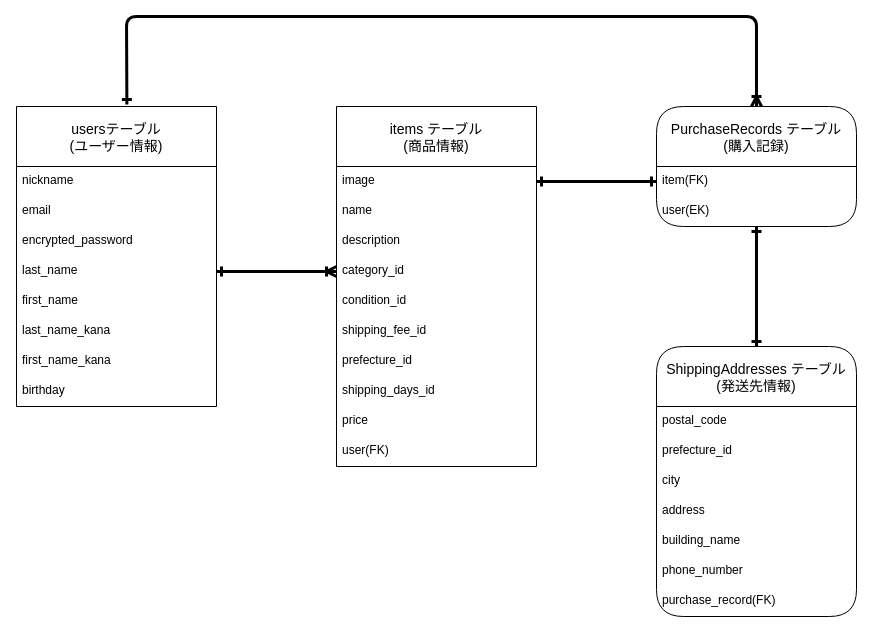
Before: test.dio in ayakotouma/furima-41975, a draw.io diagram. Source tidied: cells renumbered, new cells numbered last; positions are measured from the earlier drawing's top-left corner, leaving out a move shared by most shapes. Both pictures are drawn from the tidied source at 100%, with x=0, y=0 at pixel (16, 16).
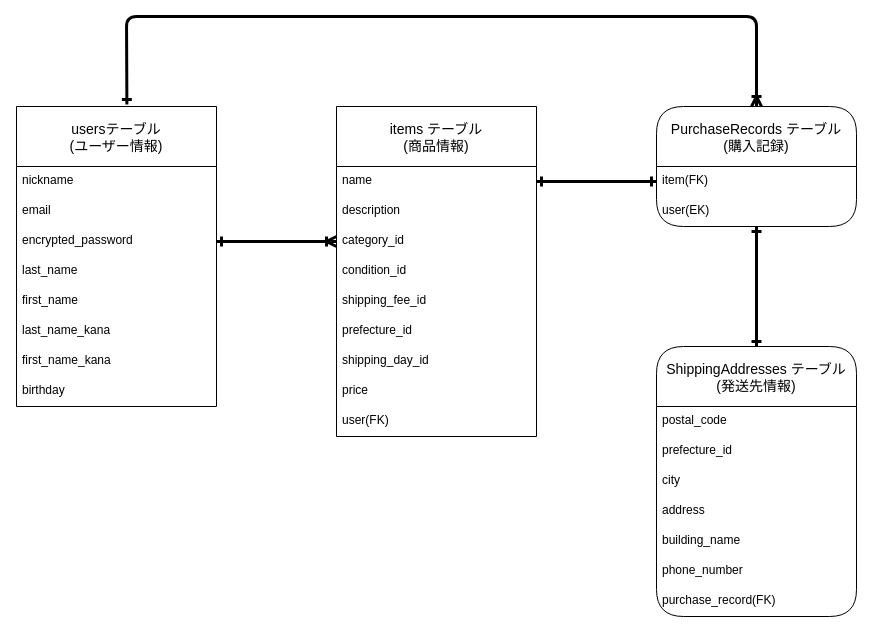
After the change.

Commit message (it also covers changes not shown here):
設計情報の修正

The change refers to these unchanged cells:
```xml
<mxCell id="5" value="encrypted_password&#10;" style="text;strokeColor=none;fillColor=none;spacingLeft=4;spacingRight=4;overflow=hidden;points=[[0,0.5],[1,0.5]];portConstraint=eastwest;fontSize=12;" parent="2" vertex="1">
  <mxGeometry y="120" width="200" height="30" as="geometry" />
</mxCell>
<mxCell id="6" value="last_name" style="text;strokeColor=none;fillColor=none;spacingLeft=4;spacingRight=4;overflow=hidden;points=[[0,0.5],[1,0.5]];portConstraint=eastwest;fontSize=12;" parent="2" vertex="1">
  <mxGeometry y="150" width="200" height="30" as="geometry" />
</mxCell>
<mxCell id="24" value="item(FK)" style="text;strokeColor=none;fillColor=none;spacingLeft=4;spacingRight=4;overflow=hidden;points=[[0,0.5],[1,0.5]];portConstraint=eastwest;fontSize=12;" parent="23" vertex="1">
  <mxGeometry y="60" width="200" height="30" as="geometry" />
</mxCell>
```

The edit, as a diff of the source:
```diff
@@
     <mxCell id="11" value="items テーブル&#10;(商品情報)" style="swimlane;fontStyle=0;horizontal=1;startSize=60;align=center;fontSize=14;rounded=1;swimlaneLine=1;arcSize=0;direction=east;" parent="1" vertex="1">
-      <mxGeometry x="320" y="90" width="200" height="360" as="geometry" />
+      <mxGeometry x="320" y="90" width="200" height="330" as="geometry" />
     </mxCell>
-    <mxCell id="12" value="image" style="text;strokeColor=none;fillColor=none;spacingLeft=4;spacingRight=4;overflow=hidden;points=[[0,0.5],[1,0.5]];portConstraint=eastwest;fontSize=12;" parent="11" vertex="1">
-      <mxGeometry y="60" width="200" height="30" as="geometry" />
-    </mxCell>
     <mxCell id="13" value="name" style="text;strokeColor=none;fillColor=none;spacingLeft=4;spacingRight=4;overflow=hidden;fontSize=12;" parent="11" vertex="1">
-      <mxGeometry y="90" width="200" height="30" as="geometry" />
+      <mxGeometry y="60" width="200" height="30" as="geometry" />
     </mxCell>
     <mxCell id="14" value="description" style="text;strokeColor=none;fillColor=none;spacingLeft=4;spacingRight=4;overflow=hidden;fontSize=12;" parent="11" vertex="1">
-      <mxGeometry y="120" width="200" height="30" as="geometry" />
+      <mxGeometry y="90" width="200" height="30" as="geometry" />
     </mxCell>
     <mxCell id="15" value="category_id" style="text;strokeColor=none;fillColor=none;spacingLeft=4;spacingRight=4;overflow=hidden;points=[[0,0.5],[1,0.5]];portConstraint=eastwest;fontSize=12;" parent="11" vertex="1">
-      <mxGeometry y="150" width="200" height="30" as="geometry" />
+      <mxGeometry y="120" width="200" height="30" as="geometry" />
     </mxCell>
     <mxCell id="16" value="condition_id" style="text;strokeColor=none;fillColor=none;spacingLeft=4;spacingRight=4;overflow=hidden;fontSize=12;" parent="11" vertex="1">
-      <mxGeometry y="180" width="200" height="30" as="geometry" />
+      <mxGeometry y="150" width="200" height="30" as="geometry" />
     </mxCell>
     <mxCell id="17" value="shipping_fee_id" style="text;strokeColor=none;fillColor=none;spacingLeft=4;spacingRight=4;overflow=hidden;fontSize=12;" parent="11" vertex="1">
-      <mxGeometry y="210" width="200" height="30" as="geometry" />
+      <mxGeometry y="180" width="200" height="30" as="geometry" />
     </mxCell>
     <mxCell id="18" value="prefecture_id" style="text;strokeColor=none;fillColor=none;spacingLeft=4;spacingRight=4;overflow=hidden;fontSize=12;" parent="11" vertex="1">
-      <mxGeometry y="240" width="200" height="30" as="geometry" />
+      <mxGeometry y="210" width="200" height="30" as="geometry" />
     </mxCell>
-    <mxCell id="19" value="shipping_days_id" style="text;strokeColor=none;fillColor=none;spacingLeft=4;spacingRight=4;overflow=hidden;fontSize=12;" parent="11" vertex="1">
-      <mxGeometry y="270" width="200" height="30" as="geometry" />
+    <mxCell id="19" value="shipping_day_id" style="text;strokeColor=none;fillColor=none;spacingLeft=4;spacingRight=4;overflow=hidden;fontSize=12;" parent="11" vertex="1">
+      <mxGeometry y="240" width="200" height="30" as="geometry" />
     </mxCell>
     <mxCell id="20" value="price " style="text;strokeColor=none;fillColor=none;spacingLeft=4;spacingRight=4;overflow=hidden;fontSize=12;" parent="11" vertex="1">
-      <mxGeometry y="300" width="200" height="30" as="geometry" />
+      <mxGeometry y="270" width="200" height="30" as="geometry" />
     </mxCell>
     <mxCell id="21" value="user(FK)" style="text;strokeColor=none;fillColor=none;spacingLeft=4;spacingRight=4;overflow=hidden;fontSize=12;" parent="11" vertex="1">
-      <mxGeometry y="330" width="200" height="30" as="geometry" />
+      <mxGeometry y="300" width="200" height="30" as="geometry" />
     </mxCell>
-    <mxCell id="22" style="edgeStyle=none;html=1;exitX=0;exitY=0.5;exitDx=0;exitDy=0;strokeWidth=3;startArrow=ERone;startFill=0;endArrow=ERone;endFill=0;entryX=1;entryY=0.5;entryDx=0;entryDy=0;" parent="1" edge="1" source="24" target="12">
-      <mxGeometry relative="1" as="geometry" />
+    <mxCell id="22" style="edgeStyle=none;html=1;exitX=0;exitY=0.5;exitDx=0;exitDy=0;strokeWidth=3;startArrow=ERone;startFill=0;endArrow=ERone;endFill=0;entryX=1;entryY=0.5;entryDx=0;entryDy=0;" parent="1" edge="1" source="24">
+      <mxGeometry relative="1" as="geometry">
+        <mxPoint x="520" y="165" as="targetPoint" />
+      </mxGeometry>
     </mxCell>
@@
-    <mxCell id="34" style="edgeStyle=none;html=1;exitX=1;exitY=0.5;exitDx=0;exitDy=0;entryX=0;entryY=0.5;entryDx=0;entryDy=0;endArrow=ERoneToMany;endFill=0;startArrow=ERone;startFill=0;strokeWidth=3;" parent="1" edge="1" source="6" target="15">
+    <mxCell id="34" style="edgeStyle=none;html=1;exitX=1;exitY=0.5;exitDx=0;exitDy=0;entryX=0;entryY=0.5;entryDx=0;entryDy=0;endArrow=ERoneToMany;endFill=0;startArrow=ERone;startFill=0;strokeWidth=3;" parent="1" edge="1" source="5" target="15">
       <mxGeometry relative="1" as="geometry" />
     </mxCell>
```
